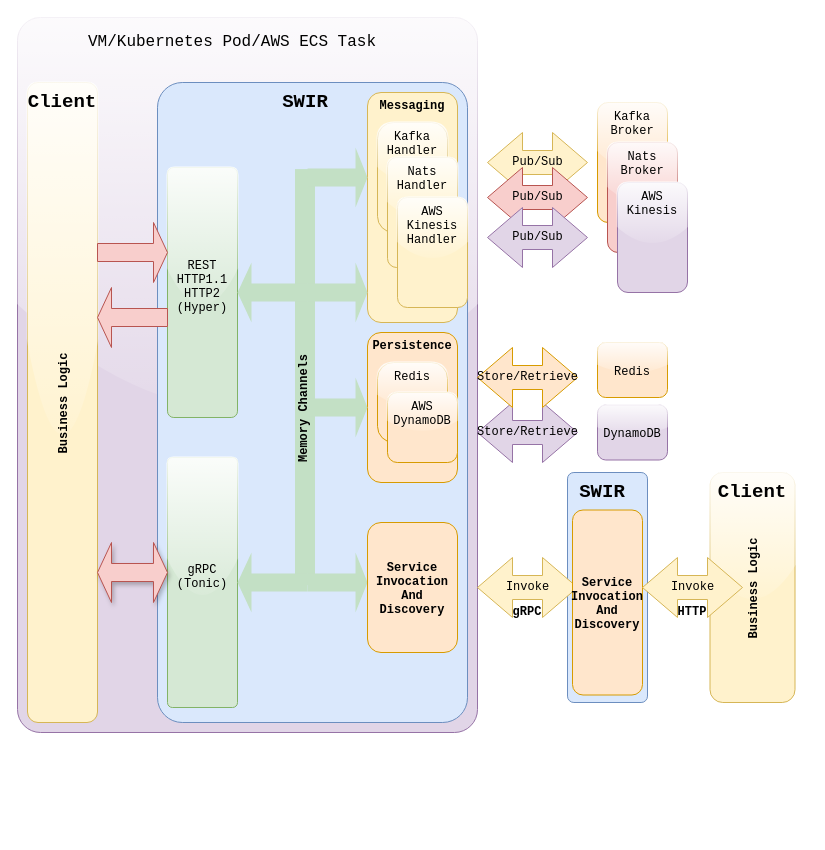
Above: graphics/swir_architecture.drawio in swir-rs/swir (draw.io), before the change. Source tidied: cells renumbered, new cells numbered last; positions are measured from the earlier drawing's top-left corner, leaving out a move shared by most shapes. Both pictures are drawn from the tidied source at 100%, with x=0, y=0 at pixel (17, 17).
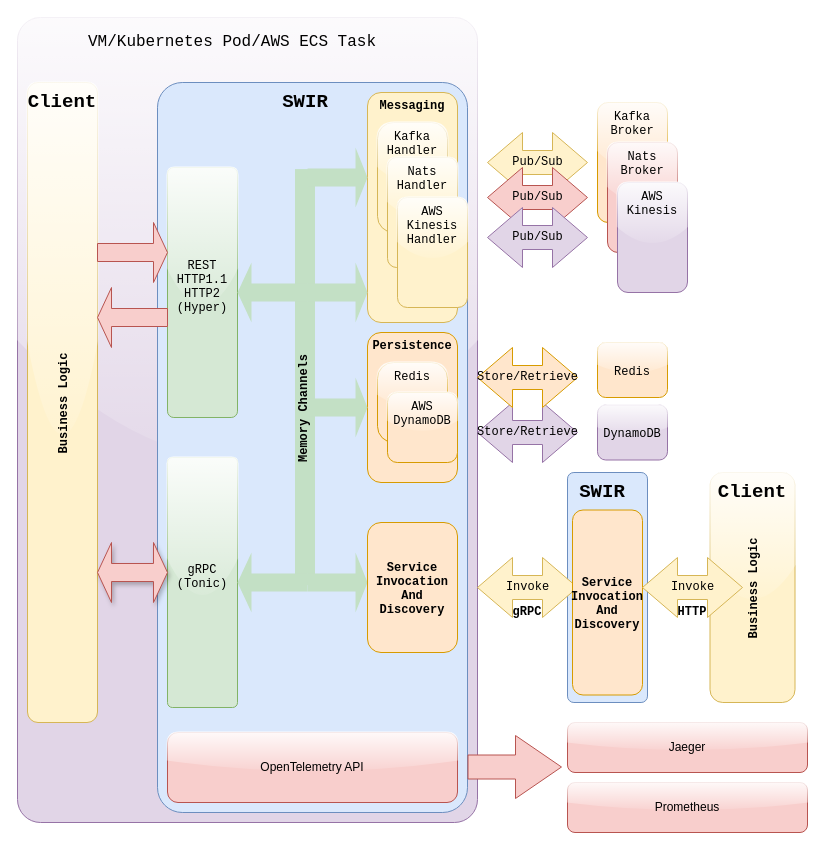
After the change.

Diff of the diagram source:
```diff
@@
     <mxCell id="3" style="rounded=1;whiteSpace=wrap;html=1;arcSize=5;fillColor=#e1d5e7;strokeColor=#9673a6;labelBackgroundColor=none;glass=1;fontFamily=Courier New;" parent="1" vertex="1">
-      <mxGeometry width="460" height="715" as="geometry" />
+      <mxGeometry width="460" height="805" as="geometry" />
     </mxCell>
     <mxCell id="4" style="rounded=1;whiteSpace=wrap;html=1;verticalAlign=top;arcSize=8;fillColor=#dae8fc;strokeColor=#6c8ebf;fontFamily=Courier New;" parent="1" vertex="1">
-      <mxGeometry x="140" y="65" width="310" height="640" as="geometry" />
+      <mxGeometry x="140" y="65" width="310" height="730" as="geometry" />
     </mxCell>
@@
+    <mxCell id="48" value="OpenTelemetry API" style="rounded=1;whiteSpace=wrap;html=1;fillColor=#f8cecc;strokeColor=#b85450;glass=1;" parent="1" vertex="1">
+      <mxGeometry x="150" y="715" width="290" height="70" as="geometry" />
+    </mxCell>
+    <mxCell id="49" value="Jaeger " style="rounded=1;whiteSpace=wrap;html=1;fillColor=#f8cecc;strokeColor=#b85450;glass=1;" parent="1" vertex="1">
+      <mxGeometry x="550" y="705" width="240" height="50" as="geometry" />
+    </mxCell>
+    <mxCell id="50" value="Prometheus" style="rounded=1;whiteSpace=wrap;html=1;fillColor=#f8cecc;strokeColor=#b85450;glass=1;" parent="1" vertex="1">
+      <mxGeometry x="550" y="765" width="240" height="50" as="geometry" />
+    </mxCell>
+    <mxCell id="51" style="shape=flexArrow;endArrow=classic;html=1;endWidth=38;endSize=15;width=24;fillColor=#f8cecc;strokeColor=#b85450;sketch=0;shadow=0;" parent="1" edge="1">
+      <mxGeometry relative="1" as="geometry">
+        <mxPoint x="450" y="749.5" as="sourcePoint" />
+        <mxPoint x="544.5" y="749.5" as="targetPoint" />
+      </mxGeometry>
+    </mxCell>
```
